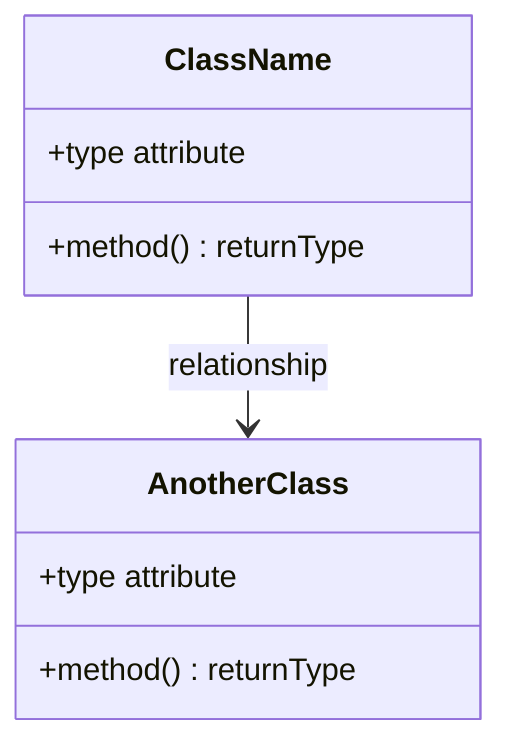
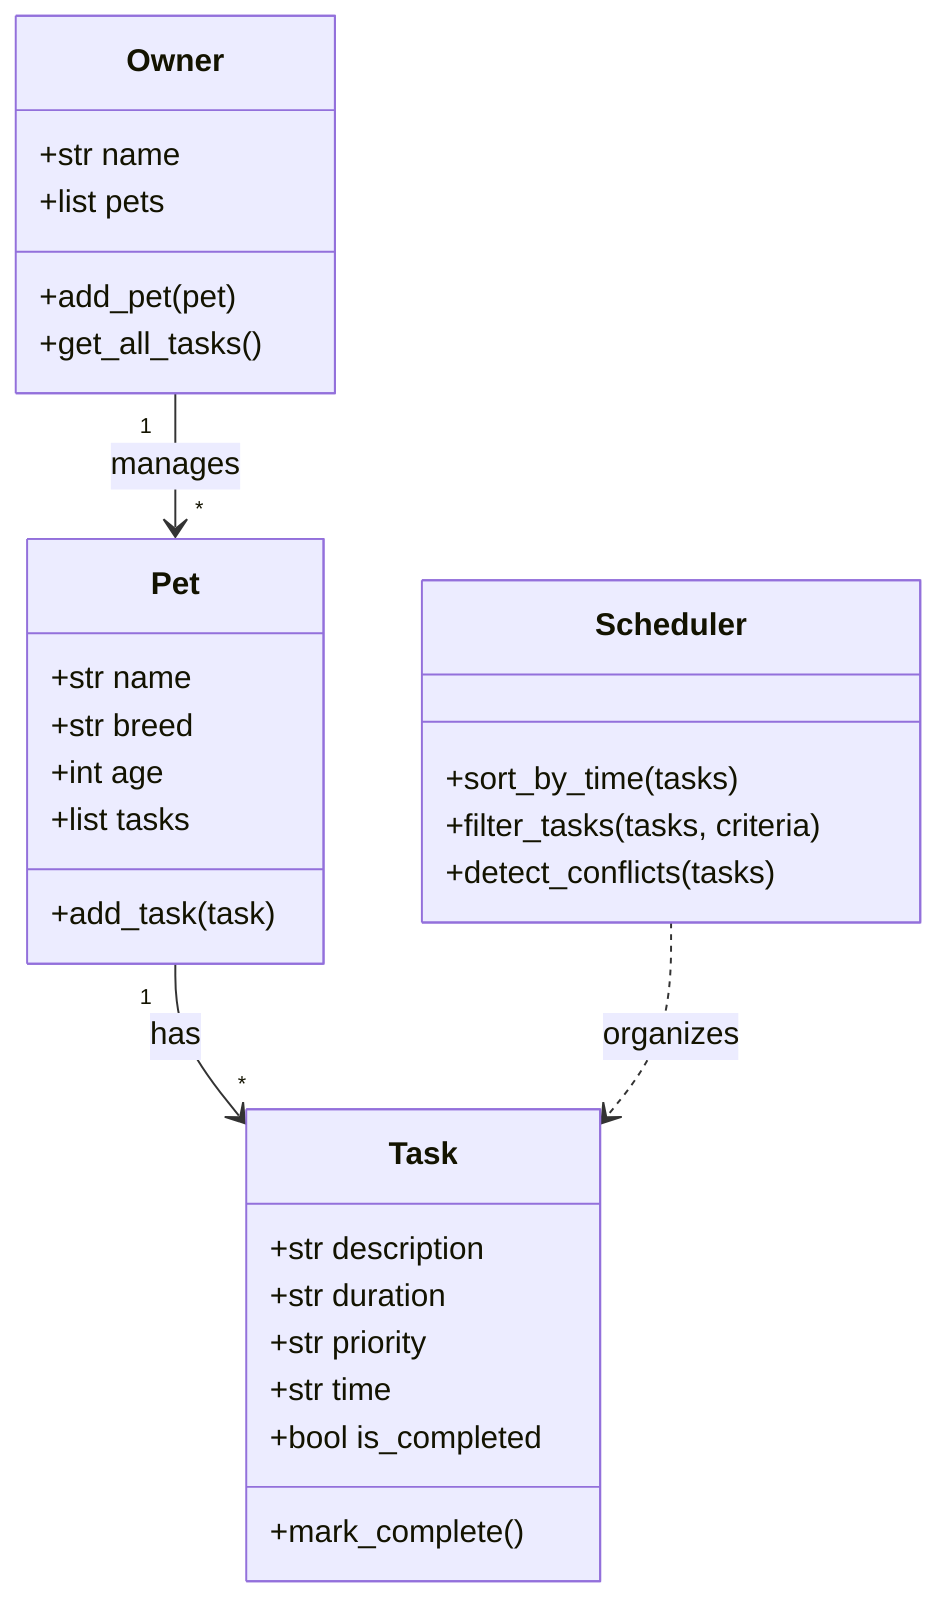
classDiagram
-     %% Replace the placeholders below with your actual classes, attributes, methods, and relationships.
-     %% Keep this file updated so it matches your final implementation.
- 
-     class ClassName {
-         +type attribute
-         +method() returnType
+     class Owner {
+         +str name
+         +list pets
+         +add_pet(pet)
+         +get_all_tasks()
    }

-     class AnotherClass {
-         +type attribute
-         +method() returnType
+     class Pet {
+         +str name
+         +str breed
+         +int age
+         +list tasks
+         +add_task(task)
    }

-     ClassName --> AnotherClass : relationship
+     class Task {
+         +str description
+         +str duration
+         +str priority
+         +str time
+         +bool is_completed
+         +mark_complete()
+     }
+ 
+     class Scheduler {
+         +sort_by_time(tasks)
+         +filter_tasks(tasks, criteria)
+         +detect_conflicts(tasks)
+     }
+ 
+     Owner "1" --> "*" Pet : manages
+     Pet "1" --> "*" Task : has
+     Scheduler ..> Task : organizes